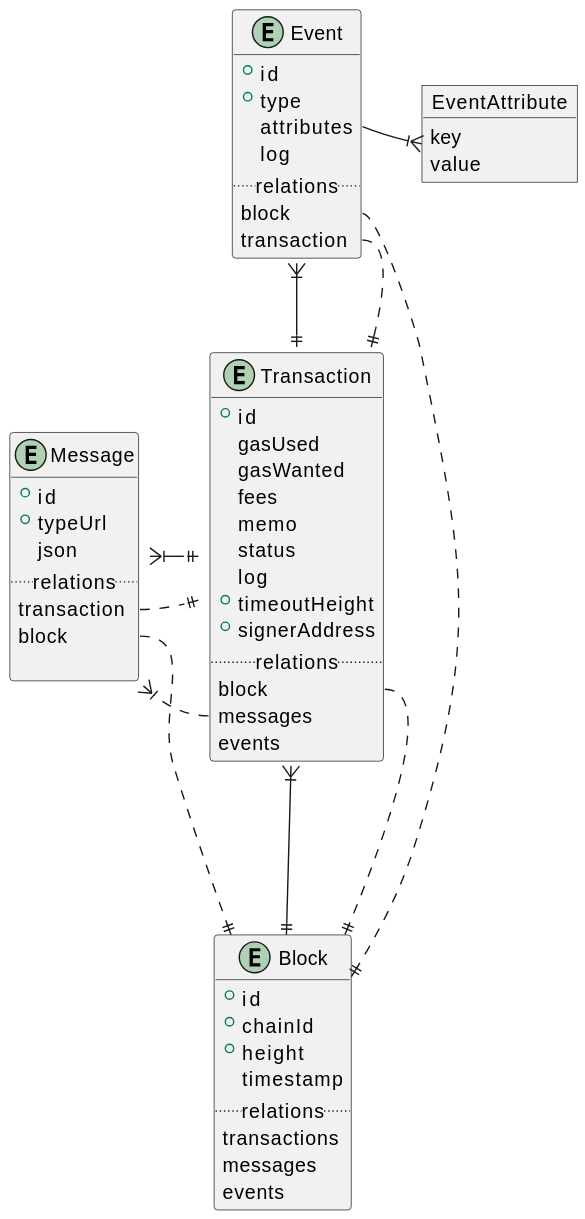
Earlier version of the PlantUML export ledger-subquery/assets/entities.svg (fetchai/docs-archived).
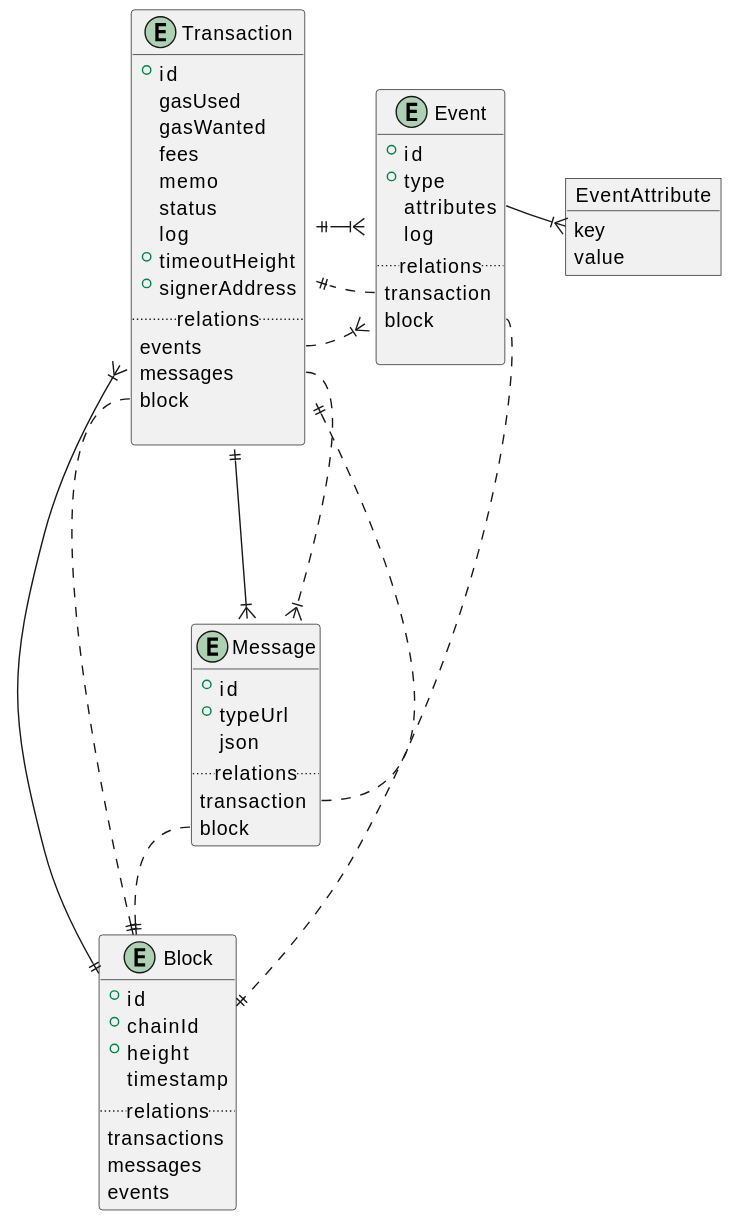
The same diagram one commit later.

What changed in the source:
```diff
@@ -21,13 +21,14 @@
   +timeoutHeight
   +signerAddress
   ..relations..
+  events
+  messages
   block
-  messages
-  events
+
 }
 
 Transaction }|--|| Block
-Transaction::block ...|| Block
+Transaction::block ..|| Block
 
 entity Message {
   +id
@@ -36,14 +37,13 @@
   ..relations..
   transaction
   block
-
 }
 
-Transaction::messages ..|{ Message
+Transaction ||--|{ Message
+Transaction::messages ...|{ Message
 
-Transaction ||--|{ Message
 Message::block ..|| Block
-Message::transaction .|| Transaction
+Message::transaction ..|| Transaction
 
 entity Event {
   +id
@@ -51,8 +51,9 @@
   attributes
   log
   ..relations..
+  transaction
   block
-  transaction
+
 }
 
 object EventAttribute {
@@ -60,6 +61,7 @@
   value
 }
 
+Transaction::events .|{ Event
 Event::attributes -|{ EventAttribute
 
 Event }|--|| Transaction
```
